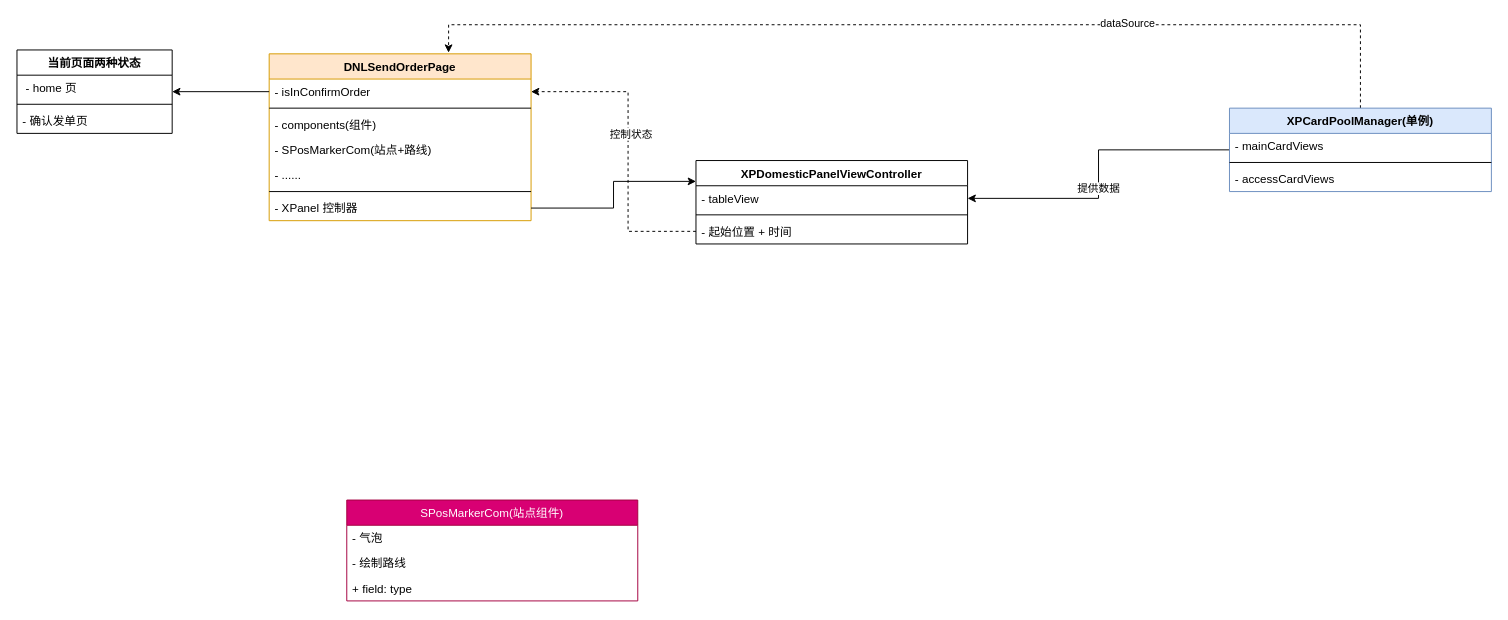
Earlier version of the draw.io diagram Untitled Diagram.drawio (515783034/mwebLib). Source tidied: cells renumbered, new cells numbered last; positions are measured from the earlier drawing's top-left corner, leaving out a move shared by most shapes. Both pictures are drawn from the tidied source at 97%, with x=0, y=0 at pixel (16, 24).
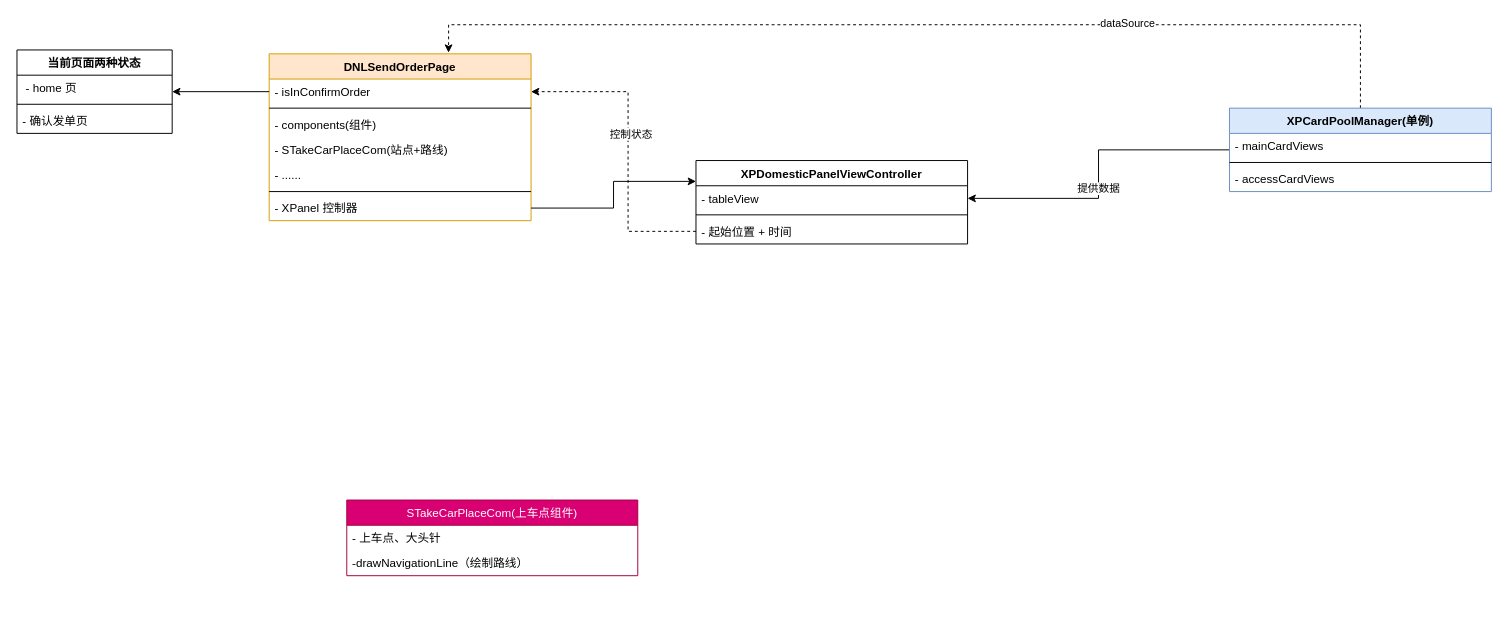
The same diagram, later.

Unchanged cells that the change refers to:
```xml
<mxCell id="2" value="DNLSendOrderPage" style="swimlane;fontStyle=1;align=center;verticalAlign=top;horizontal=1;startSize=26;fillColor=#ffe6cc;strokeColor=#d79b00;" parent="1" vertex="1">
  <mxGeometry x="260" y="30" width="270" height="172" as="geometry" />
</mxCell>
```

The edit, as a diff of the source:
```diff
@@
-    <mxCell id="6" value="- SPosMarkerCom(站点+路线)" style="text;strokeColor=none;fillColor=none;align=left;verticalAlign=top;spacingLeft=4;spacingRight=4;overflow=hidden;" parent="2" vertex="1">
+    <mxCell id="6" value="- STakeCarPlaceCom(站点+路线)" style="text;strokeColor=none;fillColor=none;align=left;verticalAlign=top;spacingLeft=4;spacingRight=4;overflow=hidden;" parent="2" vertex="1">
       <mxGeometry y="86" width="270" height="26" as="geometry" />
     </mxCell>
@@
-    <mxCell id="30" value="SPosMarkerCom(站点组件)" style="swimlane;fontStyle=0;horizontal=1;startSize=26;fillColor=#d80073;strokeColor=#A50040;fontColor=#ffffff;" parent="1" vertex="1">
-      <mxGeometry x="340" y="490" width="300" height="104" as="geometry" />
+    <mxCell id="30" value="STakeCarPlaceCom(上车点组件)" style="swimlane;fontStyle=0;horizontal=1;startSize=26;fillColor=#d80073;strokeColor=#A50040;fontColor=#ffffff;" parent="1" vertex="1">
+      <mxGeometry x="340" y="490" width="300" height="78" as="geometry" />
     </mxCell>
-    <mxCell id="31" value="- 气泡" style="text;strokeColor=none;fillColor=none;align=left;verticalAlign=top;spacingLeft=4;spacingRight=4;overflow=hidden;" parent="30" vertex="1">
+    <mxCell id="31" value="- 上车点、大头针" style="text;strokeColor=none;fillColor=none;align=left;verticalAlign=top;spacingLeft=4;spacingRight=4;overflow=hidden;" parent="30" vertex="1">
       <mxGeometry y="26" width="300" height="26" as="geometry" />
     </mxCell>
-    <mxCell id="32" value="- 绘制路线" style="text;strokeColor=none;fillColor=none;align=left;verticalAlign=top;spacingLeft=4;spacingRight=4;overflow=hidden;" parent="30" vertex="1">
+    <mxCell id="32" value="-drawNavigationLine（绘制路线）" style="text;strokeColor=none;fillColor=none;align=left;verticalAlign=top;spacingLeft=4;spacingRight=4;overflow=hidden;" parent="30" vertex="1">
       <mxGeometry y="52" width="300" height="26" as="geometry" />
     </mxCell>
-    <mxCell id="33" value="+ field: type" style="text;strokeColor=none;fillColor=none;align=left;verticalAlign=top;spacingLeft=4;spacingRight=4;overflow=hidden;" parent="30" vertex="1">
-      <mxGeometry y="78" width="300" height="26" as="geometry" />
-    </mxCell>
```
